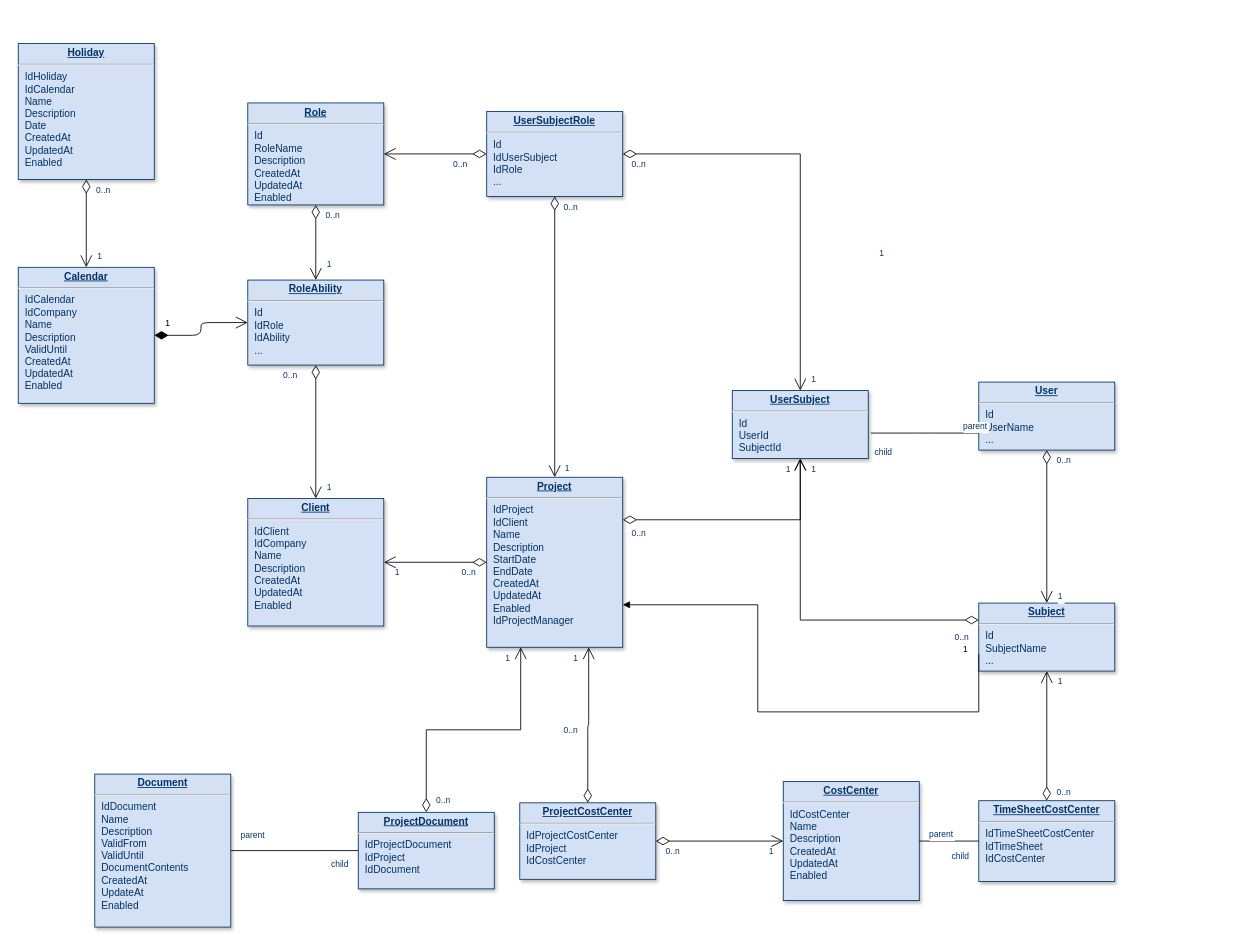
The draw.io diagram Untitled Diagram.drawio in oleggd/test, before the edit. Source tidied: cells renumbered, new cells numbered last; positions are measured from the earlier drawing's top-left corner, leaving out a move shared by most shapes. Both pictures are drawn from the tidied source at 85%, with x=0, y=0 at pixel (18, 43).
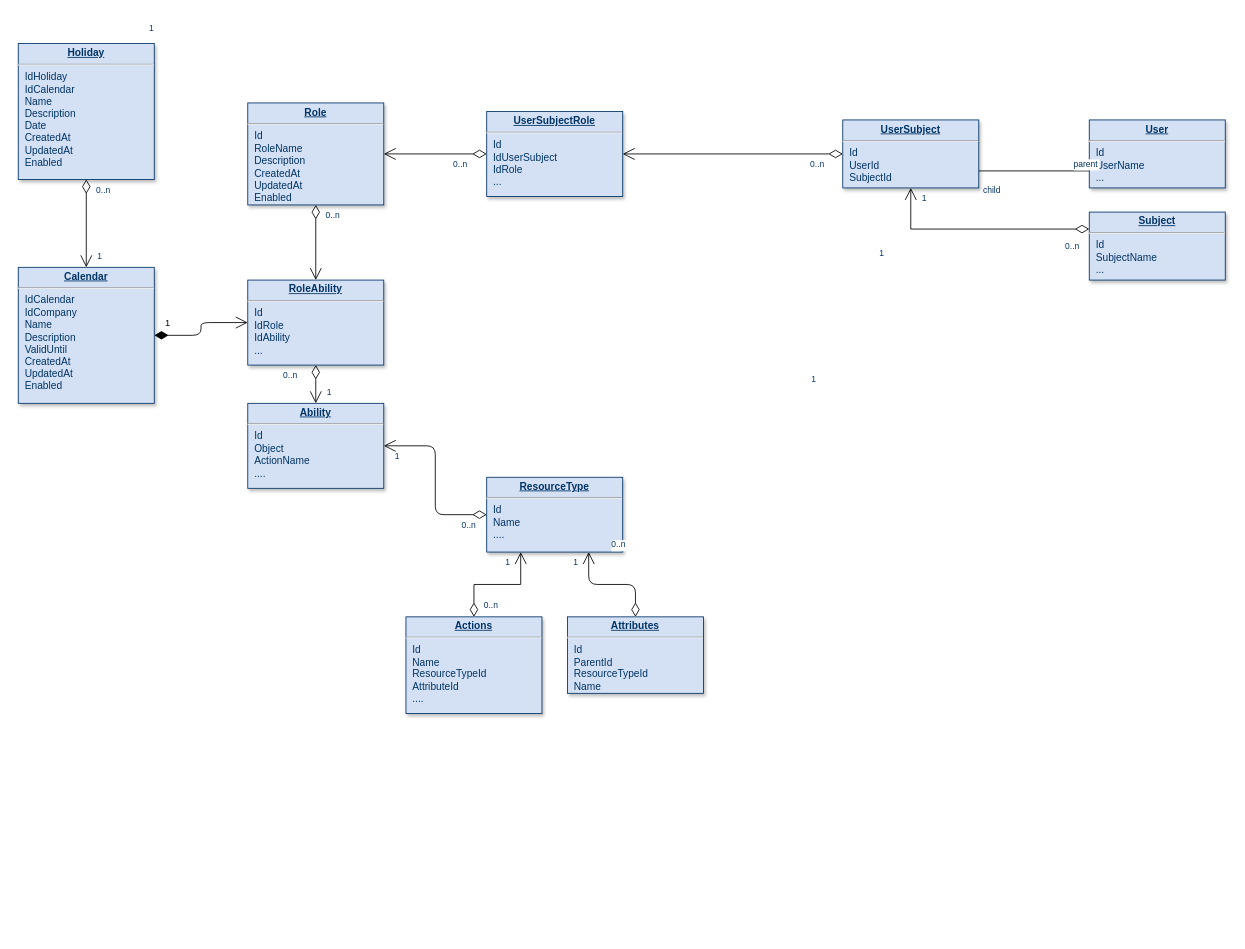
The same page after the edit.

Unchanged cells that the change refers to:
```xml
<mxCell id="6" value="&lt;p style=&quot;margin: 0px ; margin-top: 4px ; text-align: center ; text-decoration: underline&quot;&gt;&lt;strong&gt;UserSubjectRole&lt;/strong&gt;&lt;/p&gt;&lt;hr&gt;&lt;p style=&quot;margin: 0px ; margin-left: 8px&quot;&gt;Id&lt;/p&gt;&lt;p style=&quot;margin: 0px ; margin-left: 8px&quot;&gt;IdUserSubject&lt;/p&gt;&lt;p style=&quot;margin: 0px ; margin-left: 8px&quot;&gt;IdRole&lt;/p&gt;&lt;p style=&quot;margin: 0px ; margin-left: 8px&quot;&gt;...&lt;/p&gt;" style="verticalAlign=top;align=left;overflow=fill;fontSize=12;fontFamily=Helvetica;html=1;strokeColor=#003366;shadow=1;fillColor=#D4E1F5;fontColor=#003366;" parent="1" vertex="1">
  <mxGeometry x="551.1" y="79.6" width="160" height="100" as="geometry" />
</mxCell>
```

The edit, as a diff of the source:
```diff
@@
     <mxCell id="5" value="&lt;p style=&quot;margin: 0px ; margin-top: 4px ; text-align: center ; text-decoration: underline&quot;&gt;&lt;strong&gt;UserSubject&lt;/strong&gt;&lt;/p&gt;&lt;hr&gt;&lt;p style=&quot;margin: 0px ; margin-left: 8px&quot;&gt;Id&lt;/p&gt;&lt;p style=&quot;margin: 0px ; margin-left: 8px&quot;&gt;UserId&lt;/p&gt;&lt;p style=&quot;margin: 0px ; margin-left: 8px&quot;&gt;SubjectId&lt;/p&gt;" style="verticalAlign=top;align=left;overflow=fill;fontSize=12;fontFamily=Helvetica;html=1;strokeColor=#003366;shadow=1;fillColor=#D4E1F5;fontColor=#003366;" parent="1" vertex="1">
-      <mxGeometry x="840" y="408" width="160" height="80" as="geometry" />
+      <mxGeometry x="970" y="89.6" width="160" height="80" as="geometry" />
     </mxCell>
@@
-    <mxCell id="7" value="&lt;p style=&quot;margin: 0px; margin-top: 4px; text-align: center; text-decoration: underline;&quot;&gt;&lt;strong&gt;Client&lt;/strong&gt;&lt;/p&gt;&lt;hr /&gt;&lt;p style=&quot;margin: 0px; margin-left: 8px;&quot;&gt;IdClient&lt;/p&gt;&lt;p style=&quot;margin: 0px; margin-left: 8px;&quot;&gt;IdCompany&lt;/p&gt;&lt;p style=&quot;margin: 0px; margin-left: 8px;&quot;&gt;Name&lt;/p&gt;&lt;p style=&quot;margin: 0px; margin-left: 8px;&quot;&gt;Description&lt;/p&gt;&lt;p style=&quot;margin: 0px; margin-left: 8px;&quot;&gt;CreatedAt&lt;/p&gt;&lt;p style=&quot;margin: 0px; margin-left: 8px;&quot;&gt;UpdatedAt&lt;/p&gt;&lt;p style=&quot;margin: 0px; margin-left: 8px;&quot;&gt;Enabled&lt;/p&gt;" style="verticalAlign=top;align=left;overflow=fill;fontSize=12;fontFamily=Helvetica;html=1;strokeColor=#003366;shadow=1;fillColor=#D4E1F5;fontColor=#003366;" parent="1" vertex="1">
-      <mxGeometry x="270" y="535" width="160" height="150" as="geometry" />
+    <mxCell id="7" value="&lt;p style=&quot;margin: 0px ; margin-top: 4px ; text-align: center ; text-decoration: underline&quot;&gt;&lt;strong&gt;Ability&lt;/strong&gt;&lt;/p&gt;&lt;hr&gt;&lt;p style=&quot;margin: 0px ; margin-left: 8px&quot;&gt;Id&lt;/p&gt;&lt;p style=&quot;margin: 0px ; margin-left: 8px&quot;&gt;Object&lt;/p&gt;&lt;p style=&quot;margin: 0px ; margin-left: 8px&quot;&gt;ActionName&lt;/p&gt;&lt;p style=&quot;margin: 0px ; margin-left: 8px&quot;&gt;....&lt;/p&gt;" style="verticalAlign=top;align=left;overflow=fill;fontSize=12;fontFamily=Helvetica;html=1;strokeColor=#003366;shadow=1;fillColor=#D4E1F5;fontColor=#003366;" parent="1" vertex="1">
+      <mxGeometry x="270" y="423" width="160" height="100" as="geometry" />
     </mxCell>
@@
     <mxCell id="9" value="&lt;p style=&quot;margin: 0px ; margin-top: 4px ; text-align: center ; text-decoration: underline&quot;&gt;&lt;strong&gt;Subject&lt;/strong&gt;&lt;/p&gt;&lt;hr&gt;&lt;p style=&quot;margin: 0px ; margin-left: 8px&quot;&gt;Id&lt;/p&gt;&lt;p style=&quot;margin: 0px ; margin-left: 8px&quot;&gt;SubjectName&lt;/p&gt;&lt;p style=&quot;margin: 0px ; margin-left: 8px&quot;&gt;...&lt;/p&gt;" style="verticalAlign=top;align=left;overflow=fill;fontSize=12;fontFamily=Helvetica;html=1;strokeColor=#003366;shadow=1;fillColor=#D4E1F5;fontColor=#003366;" parent="1" vertex="1">
-      <mxGeometry x="1130" y="658" width="160" height="80" as="geometry" />
+      <mxGeometry x="1260" y="198" width="160" height="80" as="geometry" />
     </mxCell>
     <mxCell id="10" value="&lt;p style=&quot;margin: 0px ; margin-top: 4px ; text-align: center ; text-decoration: underline&quot;&gt;&lt;strong&gt;User&lt;/strong&gt;&lt;/p&gt;&lt;hr&gt;&lt;p style=&quot;margin: 0px ; margin-left: 8px&quot;&gt;Id&lt;br&gt;UserName&lt;/p&gt;&lt;p style=&quot;margin: 0px ; margin-left: 8px&quot;&gt;...&lt;br&gt;&lt;/p&gt;" style="verticalAlign=top;align=left;overflow=fill;fontSize=12;fontFamily=Helvetica;html=1;strokeColor=#003366;shadow=1;fillColor=#D4E1F5;fontColor=#003366;" parent="1" vertex="1">
-      <mxGeometry x="1130" y="398" width="160" height="80" as="geometry" />
+      <mxGeometry x="1260" y="89.6" width="160" height="80" as="geometry" />
     </mxCell>
-    <mxCell id="11" value="&lt;p style=&quot;margin: 0px; margin-top: 4px; text-align: center; text-decoration: underline;&quot;&gt;&lt;strong&gt;Document&lt;/strong&gt;&lt;/p&gt;&lt;hr /&gt;&lt;p style=&quot;margin: 0px; margin-left: 8px;&quot;&gt;IdDocument&lt;/p&gt;&lt;p style=&quot;margin: 0px; margin-left: 8px;&quot;&gt;Name&lt;/p&gt;&lt;p style=&quot;margin: 0px; margin-left: 8px;&quot;&gt;Description&lt;/p&gt;&lt;p style=&quot;margin: 0px; margin-left: 8px;&quot;&gt;ValidFrom&lt;/p&gt;&lt;p style=&quot;margin: 0px; margin-left: 8px;&quot;&gt;ValidUntil&lt;/p&gt;&lt;p style=&quot;margin: 0px; margin-left: 8px;&quot;&gt;DocumentContents&lt;/p&gt;&lt;p style=&quot;margin: 0px; margin-left: 8px;&quot;&gt;CreatedAt&lt;/p&gt;&lt;p style=&quot;margin: 0px; margin-left: 8px;&quot;&gt;UpdateAt&lt;/p&gt;&lt;p style=&quot;margin: 0px; margin-left: 8px;&quot;&gt;Enabled&lt;/p&gt;" style="verticalAlign=top;align=left;overflow=fill;fontSize=12;fontFamily=Helvetica;html=1;strokeColor=#003366;shadow=1;fillColor=#D4E1F5;fontColor=#003366;" parent="1" vertex="1">
-      <mxGeometry x="90" y="859.2" width="160" height="180" as="geometry" />
-    </mxCell>
-    <mxCell id="12" value="&lt;p style=&quot;margin: 0px; margin-top: 4px; text-align: center; text-decoration: underline;&quot;&gt;&lt;strong&gt;Project&lt;/strong&gt;&lt;/p&gt;&lt;hr /&gt;&lt;p style=&quot;margin: 0px; margin-left: 8px;&quot;&gt;IdProject&lt;/p&gt;&lt;p style=&quot;margin: 0px; margin-left: 8px;&quot;&gt;IdClient&lt;/p&gt;&lt;p style=&quot;margin: 0px; margin-left: 8px;&quot;&gt;Name&lt;/p&gt;&lt;p style=&quot;margin: 0px; margin-left: 8px;&quot;&gt;Description&lt;/p&gt;&lt;p style=&quot;margin: 0px; margin-left: 8px;&quot;&gt;StartDate&lt;/p&gt;&lt;p style=&quot;margin: 0px; margin-left: 8px;&quot;&gt;EndDate&lt;/p&gt;&lt;p style=&quot;margin: 0px; margin-left: 8px;&quot;&gt;CreatedAt&lt;/p&gt;&lt;p style=&quot;margin: 0px; margin-left: 8px;&quot;&gt;UpdatedAt&lt;/p&gt;&lt;p style=&quot;margin: 0px; margin-left: 8px;&quot;&gt;Enabled&lt;br /&gt;IdProjectManager&lt;/p&gt;" style="verticalAlign=top;align=left;overflow=fill;fontSize=12;fontFamily=Helvetica;html=1;strokeColor=#003366;shadow=1;fillColor=#D4E1F5;fontColor=#003366;" parent="1" vertex="1">
-      <mxGeometry x="551.1" y="510" width="160" height="200" as="geometry" />
+    <mxCell id="12" value="&lt;p style=&quot;margin: 0px ; margin-top: 4px ; text-align: center ; text-decoration: underline&quot;&gt;&lt;strong&gt;ResourceType&lt;/strong&gt;&lt;/p&gt;&lt;hr&gt;&lt;p style=&quot;margin: 0px ; margin-left: 8px&quot;&gt;Id&lt;/p&gt;&lt;p style=&quot;margin: 0px ; margin-left: 8px&quot;&gt;&lt;span&gt;Name&lt;/span&gt;&lt;br&gt;&lt;/p&gt;&lt;p style=&quot;margin: 0px ; margin-left: 8px&quot;&gt;....&lt;/p&gt;" style="verticalAlign=top;align=left;overflow=fill;fontSize=12;fontFamily=Helvetica;html=1;strokeColor=#003366;shadow=1;fillColor=#D4E1F5;fontColor=#003366;" parent="1" vertex="1">
+      <mxGeometry x="551.1" y="510" width="160" height="88" as="geometry" />
     </mxCell>
-    <mxCell id="13" value="&lt;p style=&quot;margin: 0px; margin-top: 4px; text-align: center; text-decoration: underline;&quot;&gt;&lt;strong&gt;TimeSheetCostCenter&lt;/strong&gt;&lt;/p&gt;&lt;hr /&gt;&lt;p style=&quot;margin: 0px; margin-left: 8px;&quot;&gt;IdTimeSheetCostCenter&lt;/p&gt;&lt;p style=&quot;margin: 0px; margin-left: 8px;&quot;&gt;IdTimeSheet&lt;/p&gt;&lt;p style=&quot;margin: 0px; margin-left: 8px;&quot;&gt;IdCostCenter&lt;/p&gt;" style="verticalAlign=top;align=left;overflow=fill;fontSize=12;fontFamily=Helvetica;html=1;strokeColor=#003366;shadow=1;fillColor=#D4E1F5;fontColor=#003366;" parent="1" vertex="1">
-      <mxGeometry x="1130" y="890.5" width="160" height="95" as="geometry" />
-    </mxCell>
-    <mxCell id="14" value="&lt;p style=&quot;margin: 0px; margin-top: 4px; text-align: center; text-decoration: underline;&quot;&gt;&lt;strong&gt;CostCenter&lt;/strong&gt;&lt;/p&gt;&lt;hr /&gt;&lt;p style=&quot;margin: 0px; margin-left: 8px;&quot;&gt;IdCostCenter&lt;/p&gt;&lt;p style=&quot;margin: 0px; margin-left: 8px;&quot;&gt;Name&lt;/p&gt;&lt;p style=&quot;margin: 0px; margin-left: 8px;&quot;&gt;Description&lt;/p&gt;&lt;p style=&quot;margin: 0px; margin-left: 8px;&quot;&gt;CreatedAt&lt;/p&gt;&lt;p style=&quot;margin: 0px; margin-left: 8px;&quot;&gt;UpdatedAt&lt;/p&gt;&lt;p style=&quot;margin: 0px; margin-left: 8px;&quot;&gt;Enabled&lt;/p&gt;" style="verticalAlign=top;align=left;overflow=fill;fontSize=12;fontFamily=Helvetica;html=1;strokeColor=#003366;shadow=1;fillColor=#D4E1F5;fontColor=#003366;" parent="1" vertex="1">
-      <mxGeometry x="900" y="868" width="160" height="140" as="geometry" />
-    </mxCell>
-    <mxCell id="15" value="&lt;p style=&quot;margin: 0px; margin-top: 4px; text-align: center; text-decoration: underline;&quot;&gt;&lt;strong&gt;ProjectCostCenter&lt;/strong&gt;&lt;/p&gt;&lt;hr /&gt;&lt;p style=&quot;margin: 0px; margin-left: 8px;&quot;&gt;IdProjectCostCenter&lt;/p&gt;&lt;p style=&quot;margin: 0px; margin-left: 8px;&quot;&gt;IdProject&lt;/p&gt;&lt;p style=&quot;margin: 0px; margin-left: 8px;&quot;&gt;IdCostCenter&lt;/p&gt;" style="verticalAlign=top;align=left;overflow=fill;fontSize=12;fontFamily=Helvetica;html=1;strokeColor=#003366;shadow=1;fillColor=#D4E1F5;fontColor=#003366;" parent="1" vertex="1">
-      <mxGeometry x="590" y="893" width="160" height="90" as="geometry" />
+    <mxCell id="15" value="&lt;p style=&quot;margin: 0px ; margin-top: 4px ; text-align: center ; text-decoration: underline&quot;&gt;&lt;strong&gt;Attributes&lt;/strong&gt;&lt;/p&gt;&lt;hr&gt;&lt;p style=&quot;margin: 0px ; margin-left: 8px&quot;&gt;Id&lt;/p&gt;&lt;p style=&quot;margin: 0px ; margin-left: 8px&quot;&gt;ParentId&lt;/p&gt;&lt;p style=&quot;margin: 0px ; margin-left: 8px&quot;&gt;ResourceTypeId&lt;br&gt;&lt;/p&gt;&lt;p style=&quot;margin: 0px ; margin-left: 8px&quot;&gt;Name&lt;/p&gt;" style="verticalAlign=top;align=left;overflow=fill;fontSize=12;fontFamily=Helvetica;html=1;strokeColor=#003366;shadow=1;fillColor=#D4E1F5;fontColor=#003366;" parent="1" vertex="1">
+      <mxGeometry x="646.1" y="674.2" width="160" height="90" as="geometry" />
     </mxCell>
-    <mxCell id="16" value="&lt;p style=&quot;margin: 0px ; margin-top: 4px ; text-align: center ; text-decoration: underline&quot;&gt;&lt;strong&gt;ProjectDocument&lt;/strong&gt;&lt;/p&gt;&lt;hr&gt;&lt;p style=&quot;margin: 0px ; margin-left: 8px&quot;&gt;IdProjectDocument&lt;/p&gt;&lt;p style=&quot;margin: 0px ; margin-left: 8px&quot;&gt;IdProject&lt;/p&gt;&lt;p style=&quot;margin: 0px ; margin-left: 8px&quot;&gt;IdDocument&lt;/p&gt;" style="verticalAlign=top;align=left;overflow=fill;fontSize=12;fontFamily=Helvetica;html=1;strokeColor=#003366;shadow=1;fillColor=#D4E1F5;fontColor=#003366;" parent="1" vertex="1">
-      <mxGeometry x="400" y="904.2" width="160" height="90" as="geometry" />
+    <mxCell id="16" value="&lt;p style=&quot;margin: 0px ; margin-top: 4px ; text-align: center ; text-decoration: underline&quot;&gt;&lt;strong&gt;Actions&lt;/strong&gt;&lt;/p&gt;&lt;hr&gt;&lt;p style=&quot;margin: 0px ; margin-left: 8px&quot;&gt;Id&lt;/p&gt;&lt;p style=&quot;margin: 0px ; margin-left: 8px&quot;&gt;Name&lt;/p&gt;&lt;p style=&quot;margin: 0px ; margin-left: 8px&quot;&gt;ResourceTypeId&lt;/p&gt;&lt;p style=&quot;margin: 0px ; margin-left: 8px&quot;&gt;AttributeId&lt;/p&gt;&lt;p style=&quot;margin: 0px ; margin-left: 8px&quot;&gt;....&lt;/p&gt;" style="verticalAlign=top;align=left;overflow=fill;fontSize=12;fontFamily=Helvetica;html=1;strokeColor=#003366;shadow=1;fillColor=#D4E1F5;fontColor=#003366;" parent="1" vertex="1">
+      <mxGeometry x="456.1" y="674.2" width="160" height="113.8" as="geometry" />
     </mxCell>
@@
-    <mxCell id="20" style="endArrow=open;endSize=12;startArrow=diamondThin;startSize=14;startFill=0;edgeStyle=orthogonalEdgeStyle;rounded=0;" parent="1" edge="1" source="6" target="5">
+    <mxCell id="20" style="endArrow=open;endSize=12;startArrow=diamondThin;startSize=14;startFill=0;edgeStyle=orthogonalEdgeStyle;rounded=0;" parent="1" edge="1" source="5" target="6">
       <mxGeometry x="519.4" y="180" as="geometry" />
     </mxCell>
     <mxCell id="21" value="0..n" style="align=left;verticalAlign=top;labelBackgroundColor=#ffffff;fontSize=10;strokeColor=#003366;shadow=1;fillColor=#D4E1F5;fontColor=#003366;" parent="20" vertex="1">
       <mxGeometry x="-1" relative="1" as="geometry">
-        <mxPoint x="8.9" as="offset" />
+        <mxPoint x="-40" as="offset" />
       </mxGeometry>
     </mxCell>
@@
-    <mxCell id="23" style="endArrow=open;endSize=12;startArrow=diamondThin;startSize=14;startFill=0;edgeStyle=orthogonalEdgeStyle;exitX=1;exitY=0.25;rounded=0;" parent="1" edge="1" source="12" target="5">
-      <mxGeometry x="769.4" y="450" as="geometry" />
-    </mxCell>
-    <mxCell id="24" value="0..n" style="align=left;verticalAlign=top;labelBackgroundColor=#ffffff;fontSize=10;strokeColor=#003366;shadow=1;fillColor=#D4E1F5;fontColor=#003366;" parent="23" vertex="1">
-      <mxGeometry x="-1" relative="1" as="geometry">
-        <mxPoint x="8.9" y="3" as="offset" />
-      </mxGeometry>
-    </mxCell>
-    <mxCell id="25" value="1" style="align=right;verticalAlign=top;labelBackgroundColor=#ffffff;fontSize=10;strokeColor=#003366;shadow=1;fillColor=#D4E1F5;fontColor=#003366;" parent="23" vertex="1">
-      <mxGeometry x="1" relative="1" as="geometry">
-        <mxPoint x="-10" as="offset" />
-      </mxGeometry>
-    </mxCell>
-    <mxCell id="26" style="endArrow=open;endSize=12;startArrow=diamondThin;startSize=14;startFill=0;edgeStyle=orthogonalEdgeStyle;" parent="1" edge="1" source="6" target="12">
-      <mxGeometry x="389.4" y="350" as="geometry" />
-    </mxCell>
-    <mxCell id="27" value="0..n" style="align=left;verticalAlign=top;labelBackgroundColor=#ffffff;fontSize=10;strokeColor=#003366;shadow=1;fillColor=#D4E1F5;fontColor=#003366;" parent="26" vertex="1">
-      <mxGeometry x="-1" relative="1" as="geometry">
-        <mxPoint x="8.9" as="offset" />
-      </mxGeometry>
-    </mxCell>
-    <mxCell id="28" value="1" style="align=right;verticalAlign=top;labelBackgroundColor=#ffffff;fontSize=10;strokeColor=#003366;shadow=1;fillColor=#D4E1F5;fontColor=#003366;" parent="26" vertex="1">
-      <mxGeometry x="1" relative="1" as="geometry">
-        <mxPoint x="18.9" y="-22" as="offset" />
-      </mxGeometry>
-    </mxCell>
@@
-    <mxCell id="32" style="endArrow=open;endSize=12;startArrow=diamondThin;startSize=14;startFill=0;edgeStyle=orthogonalEdgeStyle;" parent="1" edge="1" source="10" target="9">
-      <mxGeometry x="1269.4" y="180" as="geometry" />
-    </mxCell>
-    <mxCell id="33" value="0..n" style="align=left;verticalAlign=top;labelBackgroundColor=#ffffff;fontSize=10;strokeColor=#003366;shadow=1;fillColor=#D4E1F5;fontColor=#003366;" parent="32" vertex="1">
-      <mxGeometry x="-1" relative="1" as="geometry">
-        <mxPoint x="10" as="offset" />
-      </mxGeometry>
-    </mxCell>
-    <mxCell id="34" value="1" style="align=right;verticalAlign=top;labelBackgroundColor=#ffffff;fontSize=10;strokeColor=#003366;shadow=1;fillColor=#D4E1F5;fontColor=#003366;" parent="32" vertex="1">
-      <mxGeometry x="1" relative="1" as="geometry">
-        <mxPoint x="20" y="-20" as="offset" />
-      </mxGeometry>
-    </mxCell>
-    <mxCell id="35" style="endArrow=open;endSize=12;startArrow=diamondThin;startSize=14;startFill=0;edgeStyle=orthogonalEdgeStyle;entryX=0.75;entryY=1;" parent="1" edge="1" source="15" target="12">
+    <mxCell id="35" style="endArrow=open;endSize=12;startArrow=diamondThin;startSize=14;startFill=0;edgeStyle=orthogonalEdgeStyle;entryX=0.75;entryY=1;entryDx=0;entryDy=0;" parent="1" edge="1" source="15" target="12">
       <mxGeometry x="479.4" y="790" as="geometry" />
     </mxCell>
@@
-    <mxCell id="38" style="endArrow=open;endSize=12;startArrow=diamondThin;startSize=14;startFill=0;edgeStyle=orthogonalEdgeStyle;" parent="1" edge="1" source="15" target="14">
-      <mxGeometry x="469.4" y="526.2" as="geometry" />
-    </mxCell>
-    <mxCell id="39" value="0..n" style="align=left;verticalAlign=top;labelBackgroundColor=#ffffff;fontSize=10;strokeColor=#003366;shadow=1;fillColor=#D4E1F5;fontColor=#003366;" parent="38" vertex="1">
-      <mxGeometry x="-1" relative="1" as="geometry">
-        <mxPoint x="10" as="offset" />
-      </mxGeometry>
-    </mxCell>
-    <mxCell id="40" value="1" style="align=right;verticalAlign=top;labelBackgroundColor=#ffffff;fontSize=10;strokeColor=#003366;shadow=1;fillColor=#D4E1F5;fontColor=#003366;" parent="38" vertex="1">
-      <mxGeometry x="1" relative="1" as="geometry">
-        <mxPoint x="-10" as="offset" />
-      </mxGeometry>
-    </mxCell>
@@
-    <mxCell id="44" style="endArrow=open;endSize=12;startArrow=diamondThin;startSize=14;startFill=0;edgeStyle=orthogonalEdgeStyle;" parent="1" edge="1" source="13" target="9">
-      <mxGeometry x="1079.4" y="560" as="geometry" />
-    </mxCell>
-    <mxCell id="45" value="0..n" style="align=left;verticalAlign=top;labelBackgroundColor=#ffffff;fontSize=10;strokeColor=#003366;shadow=1;fillColor=#D4E1F5;fontColor=#003366;" parent="44" vertex="1">
-      <mxGeometry x="-1" relative="1" as="geometry">
-        <mxPoint x="10" y="-22.5" as="offset" />
-      </mxGeometry>
-    </mxCell>
-    <mxCell id="46" value="1" style="align=right;verticalAlign=top;labelBackgroundColor=#ffffff;fontSize=10;strokeColor=#003366;shadow=1;fillColor=#D4E1F5;fontColor=#003366;" parent="44" vertex="1">
-      <mxGeometry x="1" relative="1" as="geometry">
-        <mxPoint x="20" as="offset" />
-      </mxGeometry>
-    </mxCell>
@@
-    <mxCell id="57" style="endArrow=none;edgeStyle=orthogonalEdgeStyle;" parent="1" edge="1" source="11" target="16">
-      <mxGeometry x="190" y="950" as="geometry" />
-    </mxCell>
-    <mxCell id="58" value="parent" style="align=left;verticalAlign=bottom;labelBackgroundColor=#ffffff;fontSize=10;strokeColor=#003366;shadow=1;fillColor=#D4E1F5;fontColor=#003366;" parent="57" vertex="1">
-      <mxGeometry x="-1" relative="1" as="geometry">
-        <mxPoint x="10" y="-10" as="offset" />
-      </mxGeometry>
-    </mxCell>
-    <mxCell id="59" value="child" style="align=right;verticalAlign=bottom;labelBackgroundColor=#ffffff;fontSize=10;strokeColor=#003366;shadow=1;fillColor=#D4E1F5;fontColor=#003366;" parent="57" vertex="1">
-      <mxGeometry x="1" relative="1" as="geometry">
-        <mxPoint x="-10" y="23.8" as="offset" />
-      </mxGeometry>
-    </mxCell>
-    <mxCell id="60" style="endArrow=none;edgeStyle=orthogonalEdgeStyle;" parent="1" edge="1" source="14" target="13">
-      <mxGeometry x="910" y="972.5" as="geometry" />
-    </mxCell>
-    <mxCell id="61" value="parent" style="align=left;verticalAlign=bottom;labelBackgroundColor=#ffffff;fontSize=10;strokeColor=#003366;shadow=1;fillColor=#D4E1F5;fontColor=#003366;" parent="60" vertex="1">
-      <mxGeometry x="-1" relative="1" as="geometry">
-        <mxPoint x="10" as="offset" />
-      </mxGeometry>
-    </mxCell>
-    <mxCell id="62" value="child" style="align=right;verticalAlign=bottom;labelBackgroundColor=#ffffff;fontSize=10;strokeColor=#003366;shadow=1;fillColor=#D4E1F5;fontColor=#003366;" parent="60" vertex="1">
-      <mxGeometry x="1" relative="1" as="geometry">
-        <mxPoint x="-10" y="25" as="offset" />
-      </mxGeometry>
-    </mxCell>
-    <mxCell id="63" style="endArrow=block;endFill=1;edgeStyle=orthogonalEdgeStyle;align=left;verticalAlign=top;entryX=1;entryY=0.75;exitX=0;exitY=0.75;rounded=0;" parent="1" edge="1" source="9" target="12">
-      <mxGeometry x="-1" relative="1" as="geometry">
-        <Array as="points">
-          <mxPoint x="870" y="786" />
-          <mxPoint x="870" y="660" />
-        </Array>
-      </mxGeometry>
-    </mxCell>
-    <mxCell id="64" value="1" style="align=left;verticalAlign=bottom;labelBackgroundColor=#ffffff;fontSize=10;" parent="63" vertex="1">
-      <mxGeometry x="-1" relative="1" as="geometry">
-        <mxPoint x="-20" y="2.5" as="offset" />
-      </mxGeometry>
-    </mxCell>
-    <mxCell id="65" style="endArrow=none;edgeStyle=orthogonalEdgeStyle;entryX=0;entryY=0.75;entryDx=0;entryDy=0;exitX=0;exitY=0.75;exitDx=0;exitDy=0;" parent="1" edge="1" source="10">
-      <mxGeometry x="880" y="492.5" as="geometry">
-        <mxPoint x="1003" y="458" as="targetPoint" />
-      </mxGeometry>
+    <mxCell id="65" style="endArrow=none;edgeStyle=orthogonalEdgeStyle;entryX=1;entryY=0.75;entryDx=0;entryDy=0;exitX=0;exitY=0.75;exitDx=0;exitDy=0;" parent="1" edge="1" source="10" target="5">
+      <mxGeometry x="880" y="492.5" as="geometry" />
     </mxCell>
```
